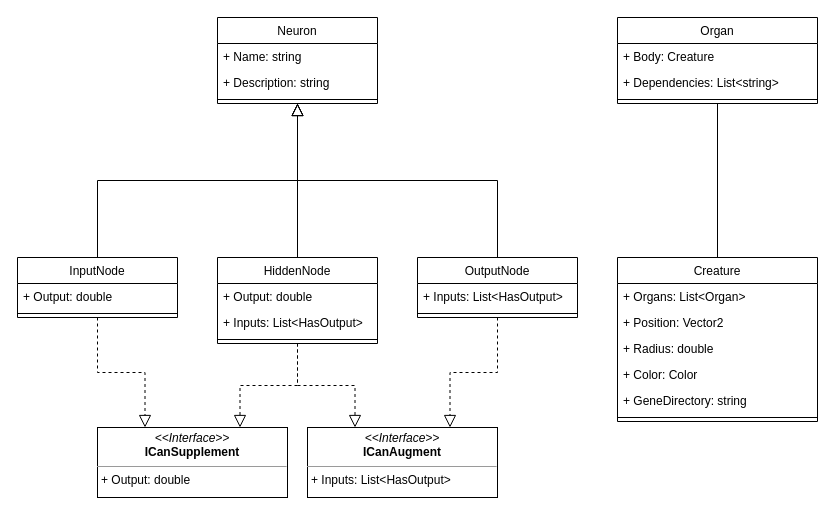
Above: ClassDiagram.drawio in Exouxas/FosterScript.Core (draw.io), before the change. Source tidied: cells renumbered, new cells numbered last; positions are measured from the earlier drawing's top-left corner, leaving out a move shared by most shapes. Both pictures are drawn from the tidied source at 100%, with x=0, y=0 at pixel (17, 17).
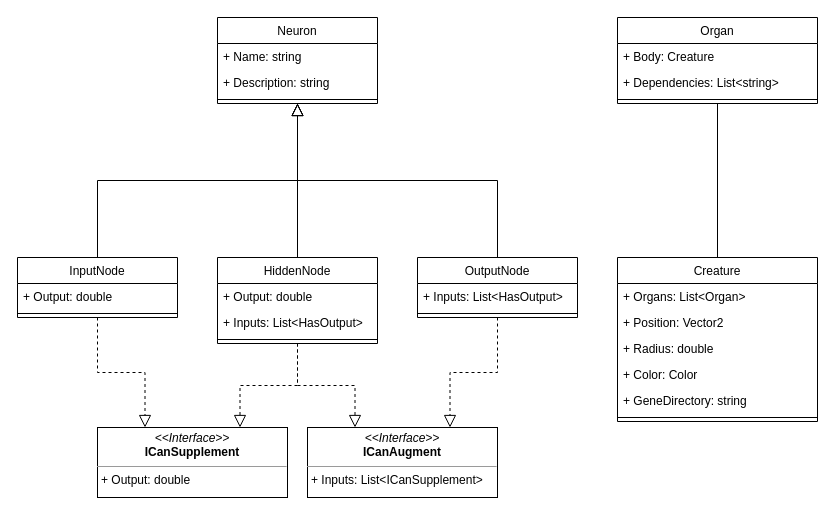
The same diagram, later.

Commit message:
Fixed naming consistency

Diff of the diagram source:
```diff
@@
-    <mxCell id="31" value="&lt;p style=&quot;margin: 0px ; margin-top: 4px ; text-align: center&quot;&gt;&lt;i&gt;&amp;lt;&amp;lt;Interface&amp;gt;&amp;gt;&lt;/i&gt;&lt;br&gt;&lt;b&gt;ICanAugment&lt;/b&gt;&lt;/p&gt;&lt;hr size=&quot;1&quot;&gt;&lt;p style=&quot;margin: 0px ; margin-left: 4px&quot;&gt;+ Inputs: List&amp;lt;HasOutput&amp;gt;&lt;br&gt;&lt;/p&gt;" style="verticalAlign=top;align=left;overflow=fill;fontSize=12;fontFamily=Helvetica;html=1;" parent="1" vertex="1">
+    <mxCell id="31" value="&lt;p style=&quot;margin: 0px ; margin-top: 4px ; text-align: center&quot;&gt;&lt;i&gt;&amp;lt;&amp;lt;Interface&amp;gt;&amp;gt;&lt;/i&gt;&lt;br&gt;&lt;b&gt;ICanAugment&lt;/b&gt;&lt;/p&gt;&lt;hr size=&quot;1&quot;&gt;&lt;p style=&quot;margin: 0px ; margin-left: 4px&quot;&gt;+ Inputs: List&amp;lt;ICanSupplement&amp;gt;&lt;br&gt;&lt;/p&gt;" style="verticalAlign=top;align=left;overflow=fill;fontSize=12;fontFamily=Helvetica;html=1;" parent="1" vertex="1">
       <mxGeometry x="290" y="410" width="190" height="70" as="geometry" />
     </mxCell>
```
